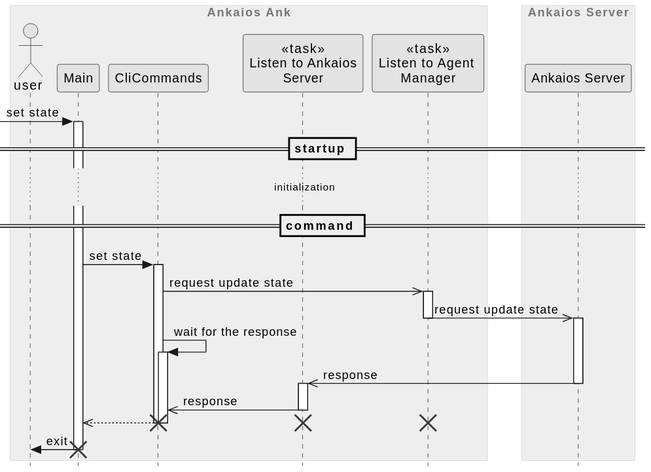
Earlier version of the PlantUML export ank/doc/swdesign/plantuml/seq_set_state.svg (eclipse-ankaios/ankaios).
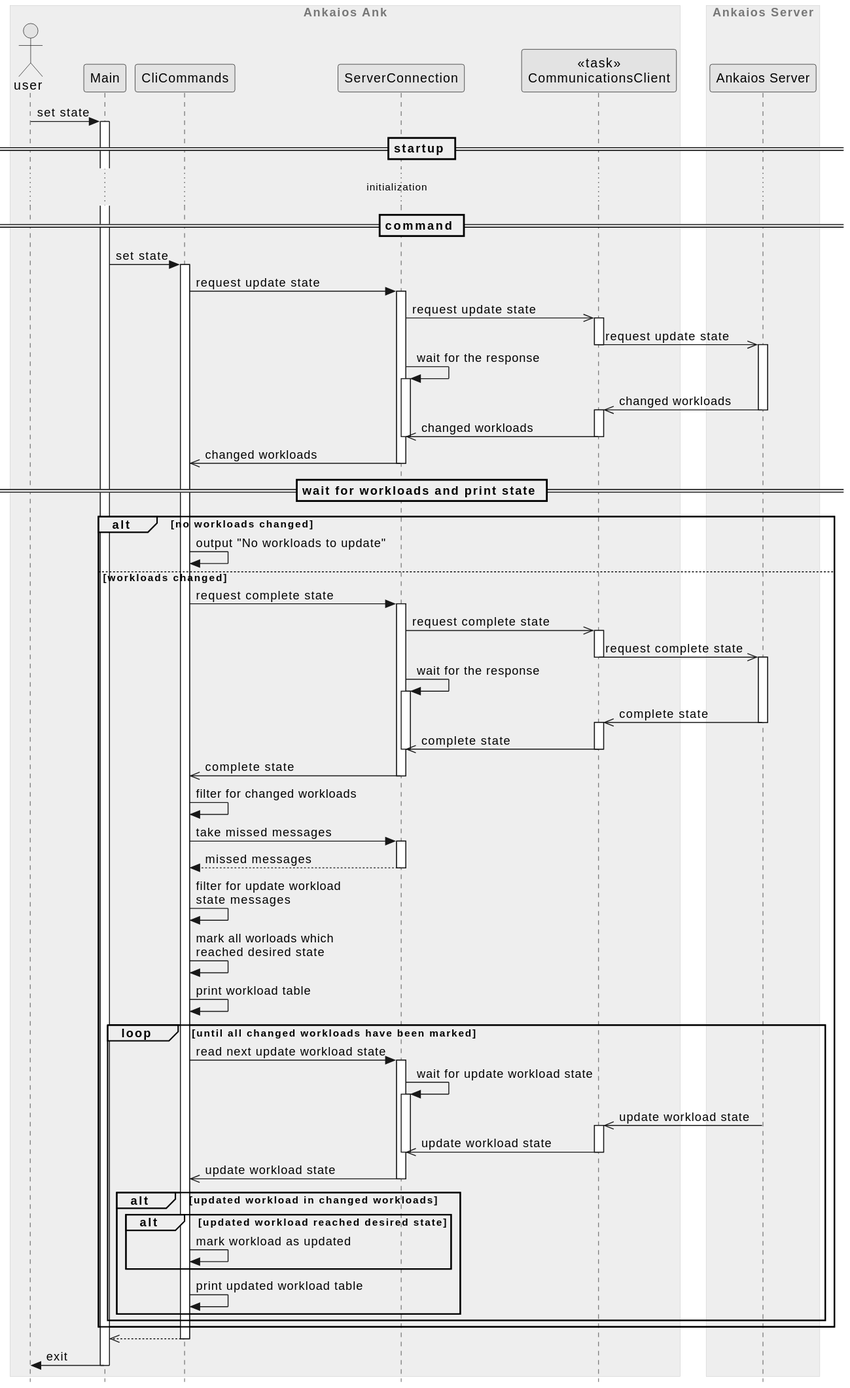
The same file after the commit.

Change to the diagram source:
```diff
@@ -5,15 +5,15 @@
     actor "user" as user
     participant Main as main
     participant "CliCommands" as cli_commands
-    participant "<<task>>\nListen to Ankaios\nServer" as listen_to_server
-    participant "<<task>>\nListen to Agent \nManager" as listen_to_manager
+    participant "ServerConnection" as server_connection
+    participant "<<task>>\nCommunicationsClient" as communications_client
 end box
 
 box "Ankaios Server"
     participant "Ankaios Server" as server
 end box
 
--> main ++ : set state
+user -> main ++ : set state
 
 == startup ==
 
@@ -22,20 +22,62 @@
 == command ==
 
 main -> cli_commands ++ : set state
-cli_commands ->> listen_to_manager ++: request update state
-listen_to_manager ->> server --++ : request update state
+cli_commands -> server_connection ++: request update state
+server_connection ->> communications_client++: request update state
+communications_client ->> server --++ : request update state
 
-cli_commands -> cli_commands ++: wait for the response
+server_connection -> server_connection ++: wait for the response
 
-listen_to_server <<- server --++: response
-listen_to_server ->> cli_commands --: response
+communications_client <<- server --++: changed workloads
+server_connection <<- communications_client --: changed workloads
+deactivate server_connection
+cli_commands <<- server_connection--: changed workloads
+
+== wait for workloads and print state ==
+
+alt no workloads changed
+    cli_commands -> cli_commands: output "No workloads to update"
+else workloads changed
+
+    cli_commands -> server_connection ++: request complete state
+    server_connection ->> communications_client++: request complete state
+    communications_client ->> server --++ : request complete state
+
+    server_connection -> server_connection ++: wait for the response
+    communications_client <<- server --++: complete state
+    server_connection <<- communications_client --: complete state
+    deactivate server_connection
+    cli_commands <<- server_connection --: complete state
+    cli_commands -> cli_commands: filter for changed workloads
+
+    cli_commands -> server_connection ++: take missed messages
+    return missed messages
+    cli_commands -> cli_commands: filter for update workload\nstate messages
+    cli_commands -> cli_commands: mark all worloads which\nreached desired state
+
+    cli_commands -> cli_commands: print workload table
+
+    loop until all changed workloads have been marked
+        cli_commands -> server_connection ++: read next update workload state
+        server_connection -> server_connection ++: wait for update workload state
+
+        communications_client <<- server ++: update workload state
+        server_connection <<- communications_client --: update workload state
+        deactivate server_connection
+        cli_commands <<- server_connection --: update workload state
+
+        alt updated workload in changed workloads
+            alt updated workload reached desired state
+                cli_commands -> cli_commands: mark workload as updated
+            end
+            cli_commands -> cli_commands: print updated workload table
+        end
+    end
+end
+
 main <<-- cli_commands --
-deactivate cli_commands
 
-destroy cli_commands
-destroy listen_to_manager
-destroy listen_to_server
+
 
 user <- main -- : exit
-destroy main
 @enduml
```
